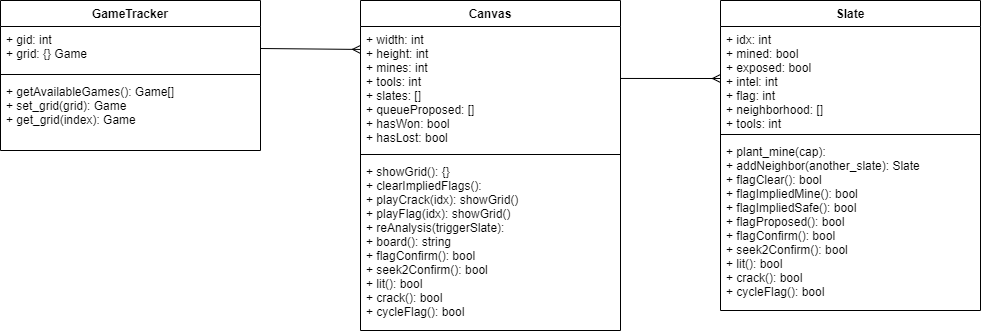
This is UML.png from encore428/minesweeper, a draw.io export, as it was before one commit. Source tidied: cells renumbered, new cells last; positions are measured from the earlier drawing's top-left corner, leaving out a move shared by most shapes.
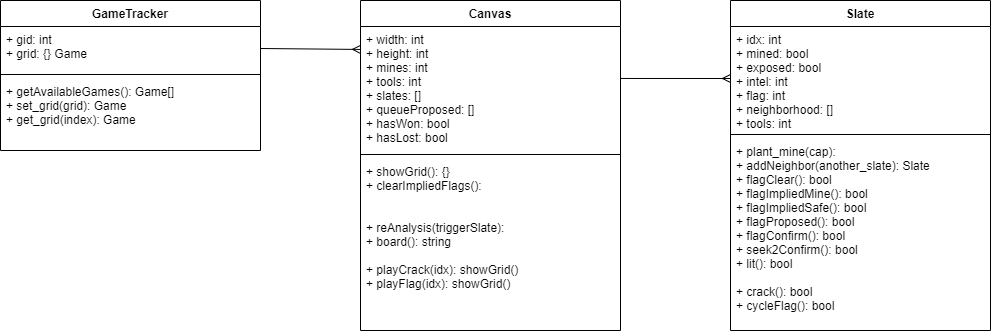
After the commit.

What changed in the source:
```diff
@@ -15,7 +15,7 @@
       <mxGeometry y="78" width="260" height="72" as="geometry" />
     </mxCell>
     <mxCell id="6" value="Slate" style="swimlane;fontStyle=1;align=center;verticalAlign=top;horizontal=1;startSize=26;" parent="1" vertex="1">
-      <mxGeometry x="720" width="260" height="310" as="geometry" />
+      <mxGeometry x="730" width="260" height="330" as="geometry" />
     </mxCell>
     <mxCell id="7" value="+ idx: int&#10;+ mined: bool&#10;+ exposed: bool&#10;+ intel: int&#10;+ flag: int&#10;+ neighborhood: []&#10;+ tools: int&#10;&#10;" style="text;strokeColor=none;fillColor=none;align=left;verticalAlign=top;spacingLeft=4;spacingRight=4;overflow=hidden;points=[[0,0.5],[1,0.5]];portConstraint=eastwest;" parent="6" vertex="1">
       <mxGeometry y="26" width="260" height="104" as="geometry" />
@@ -23,8 +23,8 @@
     <mxCell id="8" style="line;strokeWidth=1;fillColor=none;align=left;verticalAlign=middle;spacingTop=-1;spacingLeft=3;spacingRight=3;labelPosition=right;" parent="6" vertex="1">
       <mxGeometry y="130" width="260" height="8" as="geometry" />
     </mxCell>
-    <mxCell id="9" value="+ plant_mine(cap):&#10;+ addNeighbor(another_slate): Slate&#10;+ flagClear(): bool&#10;+ flagImpliedMine(): bool&#10;+ flagImpliedSafe(): bool&#10;+ flagProposed(): bool&#10;+ flagConfirm(): bool&#10;+ seek2Confirm(): bool&#10;+ lit(): bool&#10;+ crack(): bool&#10;+ cycleFlag(): bool" style="text;strokeColor=none;fillColor=none;align=left;verticalAlign=top;spacingLeft=4;spacingRight=4;overflow=hidden;" parent="6" vertex="1">
-      <mxGeometry y="138" width="260" height="172" as="geometry" />
+    <mxCell id="9" value="+ plant_mine(cap):&#10;+ addNeighbor(another_slate): Slate&#10;+ flagClear(): bool&#10;+ flagImpliedMine(): bool&#10;+ flagImpliedSafe(): bool&#10;+ flagProposed(): bool&#10;+ flagConfirm(): bool&#10;+ seek2Confirm(): bool&#10;+ lit(): bool&#10;&#10;+ crack(): bool&#10;+ cycleFlag(): bool" style="text;strokeColor=none;fillColor=none;align=left;verticalAlign=top;spacingLeft=4;spacingRight=4;overflow=hidden;" parent="6" vertex="1">
+      <mxGeometry y="138" width="260" height="192" as="geometry" />
     </mxCell>
     <mxCell id="10" value="Canvas" style="swimlane;fontStyle=1;align=center;verticalAlign=top;horizontal=1;startSize=26;" parent="1" vertex="1">
       <mxGeometry x="360" width="260" height="330" as="geometry" />
@@ -35,7 +35,7 @@
     <mxCell id="12" style="line;strokeWidth=1;fillColor=none;align=left;verticalAlign=middle;spacingTop=-1;spacingLeft=3;spacingRight=3;labelPosition=right;" parent="10" vertex="1">
       <mxGeometry y="150" width="260" height="8" as="geometry" />
     </mxCell>
-    <mxCell id="13" value="+ showGrid(): {}&#10;+ clearImpliedFlags():&#10;+ playCrack(idx): showGrid()&#10;+ playFlag(idx): showGrid()&#10;+ reAnalysis(triggerSlate):&#10;+ board(): string&#10;+ flagConfirm(): bool&#10;+ seek2Confirm(): bool&#10;+ lit(): bool&#10;+ crack(): bool&#10;+ cycleFlag(): bool" style="text;strokeColor=none;fillColor=none;align=left;verticalAlign=top;spacingLeft=4;spacingRight=4;overflow=hidden;" parent="10" vertex="1">
+    <mxCell id="13" value="+ showGrid(): {}&#10;+ clearImpliedFlags():&#10;&#10;&#10;+ reAnalysis(triggerSlate):&#10;+ board(): string&#10;&#10;+ playCrack(idx): showGrid()&#10;+ playFlag(idx): showGrid()&#10;" style="text;strokeColor=none;fillColor=none;align=left;verticalAlign=top;spacingLeft=4;spacingRight=4;overflow=hidden;" parent="10" vertex="1">
       <mxGeometry y="158" width="260" height="172" as="geometry" />
     </mxCell>
     <mxCell id="14" style="endArrow=none;endFill=0;endSize=24;html=1;exitX=0;exitY=0.5;exitDx=0;exitDy=0;entryX=1;entryY=0.419;entryDx=0;entryDy=0;entryPerimeter=0;startArrow=ERmany;startFill=0;" parent="1" edge="1" source="7" target="11">
```
